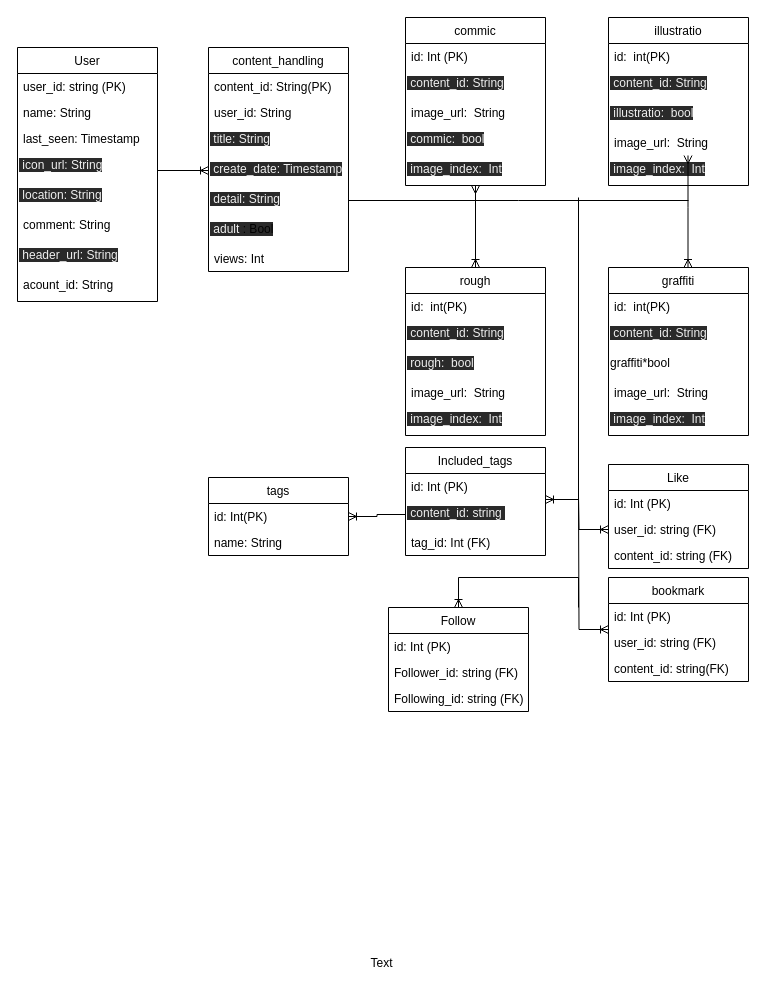
Earlier version of the draw.io diagram er.drawio (uechan9220/Shalust). Source tidied: cells renumbered, new cells numbered last; positions are measured from the earlier drawing's top-left corner, leaving out a move shared by most shapes. Both pictures are drawn from the tidied source at 100%, with x=0, y=0 at pixel (17, 17).
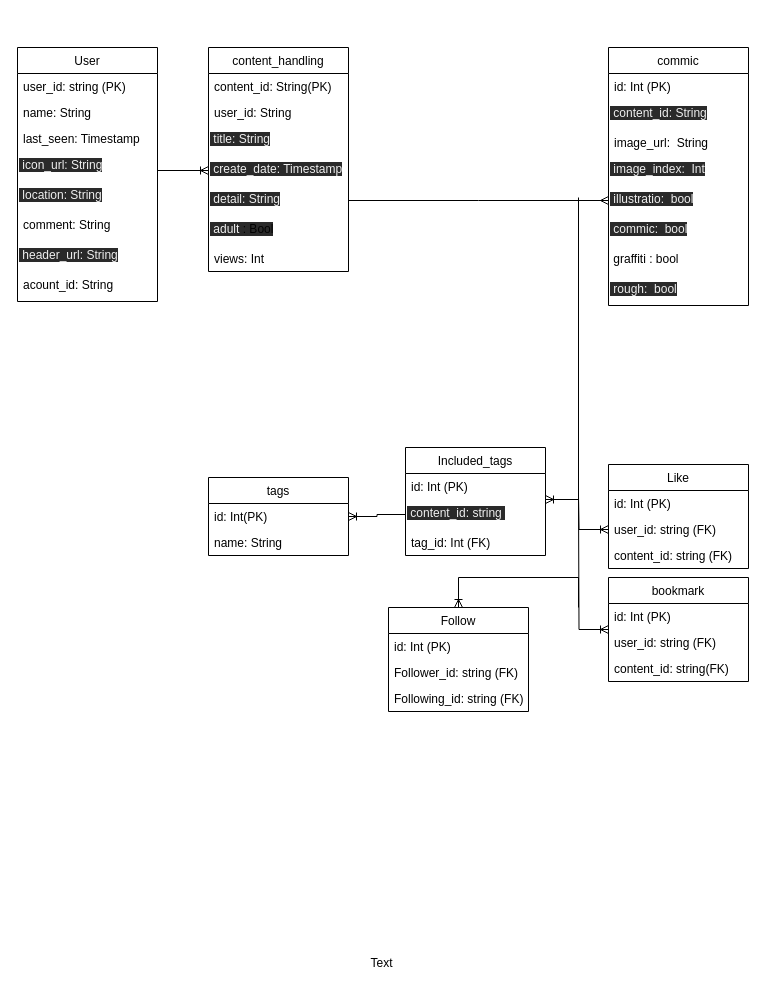
Above is the later version.

Unchanged cells that the change refers to:
```xml
<mxCell id="16" value="&lt;span style=&quot;color: rgb(240 , 240 , 240) ; font-family: &amp;#34;helvetica&amp;#34; ; font-size: 12px ; font-style: normal ; font-weight: 400 ; letter-spacing: normal ; text-align: left ; text-indent: 0px ; text-transform: none ; word-spacing: 0px ; background-color: rgb(42 , 42 , 42) ; float: none ; display: inline&quot;&gt;&amp;nbsp;detail: String&lt;/span&gt;" style="text;whiteSpace=wrap;html=1;" parent="11" vertex="1">
  <mxGeometry y="138" width="140" height="30" as="geometry" />
</mxCell>
```

Diff of the diagram source:
```diff
@@
     <mxCell id="19" value="commic" style="swimlane;fontStyle=0;horizontal=1;startSize=26;fillColor=none;" parent="1" vertex="1">
-      <mxGeometry x="388" width="140" height="168" as="geometry" />
+      <mxGeometry x="591" y="30" width="140" height="258" as="geometry" />
     </mxCell>
@@
+    <mxCell id="24" value="&lt;span style=&quot;color: rgb(240 , 240 , 240) ; font-family: &amp;#34;helvetica&amp;#34; ; font-size: 12px ; font-style: normal ; font-weight: 400 ; letter-spacing: normal ; text-align: left ; text-indent: 0px ; text-transform: none ; word-spacing: 0px ; background-color: rgb(42 , 42 , 42) ; float: none ; display: inline&quot;&gt;&amp;nbsp;image_index:&amp;nbsp; Int&lt;/span&gt;" style="text;whiteSpace=wrap;html=1;" parent="19" vertex="1">
+      <mxGeometry y="108" width="140" height="30" as="geometry" />
+    </mxCell>
+    <mxCell id="28" value="&lt;span style=&quot;color: rgb(240 , 240 , 240) ; font-family: &amp;#34;helvetica&amp;#34; ; font-size: 12px ; font-style: normal ; font-weight: 400 ; letter-spacing: normal ; text-align: left ; text-indent: 0px ; text-transform: none ; word-spacing: 0px ; background-color: rgb(42 , 42 , 42) ; float: none ; display: inline&quot;&gt;&amp;nbsp;&lt;span style=&quot;font-family: &amp;#34;helvetica&amp;#34; ; text-align: center&quot;&gt;illustratio&lt;/span&gt;:&amp;nbsp; bool&lt;/span&gt;" style="text;whiteSpace=wrap;html=1;" parent="19" vertex="1">
+      <mxGeometry y="138" width="140" height="30" as="geometry" />
+    </mxCell>
     <mxCell id="23" value="&lt;span style=&quot;color: rgb(240 , 240 , 240) ; font-family: &amp;#34;helvetica&amp;#34; ; font-size: 12px ; font-style: normal ; font-weight: 400 ; letter-spacing: normal ; text-align: left ; text-indent: 0px ; text-transform: none ; word-spacing: 0px ; background-color: rgb(42 , 42 , 42) ; float: none ; display: inline&quot;&gt;&amp;nbsp;commic:&amp;nbsp; bool&lt;/span&gt;" style="text;whiteSpace=wrap;html=1;" parent="19" vertex="1">
-      <mxGeometry y="108" width="140" height="30" as="geometry" />
+      <mxGeometry y="168" width="140" height="30" as="geometry" />
     </mxCell>
-    <mxCell id="24" value="&lt;span style=&quot;color: rgb(240 , 240 , 240) ; font-family: &amp;#34;helvetica&amp;#34; ; font-size: 12px ; font-style: normal ; font-weight: 400 ; letter-spacing: normal ; text-align: left ; text-indent: 0px ; text-transform: none ; word-spacing: 0px ; background-color: rgb(42 , 42 , 42) ; float: none ; display: inline&quot;&gt;&amp;nbsp;image_index:&amp;nbsp; Int&lt;/span&gt;" style="text;whiteSpace=wrap;html=1;" parent="19" vertex="1">
-      <mxGeometry y="138" width="140" height="30" as="geometry" />
-    </mxCell>
-    <mxCell id="25" value="illustratio" style="swimlane;fontStyle=0;horizontal=1;startSize=26;fillColor=none;" parent="1" vertex="1">
-      <mxGeometry x="591" width="140" height="168" as="geometry" />
-    </mxCell>
-    <mxCell id="26" value="id:  int(PK)" style="text;strokeColor=none;fillColor=none;align=left;verticalAlign=top;spacingLeft=4;spacingRight=4;overflow=hidden;" parent="25" vertex="1">
-      <mxGeometry y="26" width="140" height="26" as="geometry" />
-    </mxCell>
-    <mxCell id="27" value="&lt;span style=&quot;color: rgb(240, 240, 240); font-family: helvetica; font-size: 12px; font-style: normal; font-variant-ligatures: normal; font-variant-caps: normal; font-weight: 400; letter-spacing: normal; orphans: 2; text-align: left; text-indent: 0px; text-transform: none; widows: 2; word-spacing: 0px; -webkit-text-stroke-width: 0px; background-color: rgb(42, 42, 42); text-decoration-style: initial; text-decoration-color: initial; float: none; display: inline !important;&quot;&gt;&amp;nbsp;content_id: String&lt;/span&gt;" style="text;whiteSpace=wrap;html=1;" parent="25" vertex="1">
-      <mxGeometry y="52" width="140" height="30" as="geometry" />
-    </mxCell>
-    <mxCell id="28" value="&lt;span style=&quot;color: rgb(240 , 240 , 240) ; font-family: &amp;#34;helvetica&amp;#34; ; font-size: 12px ; font-style: normal ; font-weight: 400 ; letter-spacing: normal ; text-align: left ; text-indent: 0px ; text-transform: none ; word-spacing: 0px ; background-color: rgb(42 , 42 , 42) ; float: none ; display: inline&quot;&gt;&amp;nbsp;&lt;span style=&quot;font-family: &amp;#34;helvetica&amp;#34; ; text-align: center&quot;&gt;illustratio&lt;/span&gt;:&amp;nbsp; bool&lt;/span&gt;" style="text;whiteSpace=wrap;html=1;" parent="25" vertex="1">
-      <mxGeometry y="82" width="140" height="30" as="geometry" />
-    </mxCell>
-    <mxCell id="29" value="image_url:  String" style="text;strokeColor=none;fillColor=none;align=left;verticalAlign=top;spacingLeft=4;spacingRight=4;overflow=hidden;" parent="25" vertex="1">
-      <mxGeometry y="112" width="140" height="26" as="geometry" />
-    </mxCell>
-    <mxCell id="30" value="&lt;span style=&quot;color: rgb(240, 240, 240); font-family: helvetica; font-size: 12px; font-style: normal; font-variant-ligatures: normal; font-variant-caps: normal; font-weight: 400; letter-spacing: normal; orphans: 2; text-align: left; text-indent: 0px; text-transform: none; widows: 2; word-spacing: 0px; -webkit-text-stroke-width: 0px; background-color: rgb(42, 42, 42); text-decoration-style: initial; text-decoration-color: initial; float: none; display: inline !important;&quot;&gt;&amp;nbsp;image_index:&amp;nbsp; Int&lt;/span&gt;" style="text;whiteSpace=wrap;html=1;" parent="25" vertex="1">
-      <mxGeometry y="138" width="140" height="30" as="geometry" />
-    </mxCell>
+    <mxCell id="42" value="&lt;span style=&quot;text-align: center&quot;&gt;&amp;nbsp;graffiti : bool&lt;/span&gt;" style="text;whiteSpace=wrap;html=1;" parent="19" vertex="1">
+      <mxGeometry y="198" width="140" height="30" as="geometry" />
+    </mxCell>
+    <mxCell id="36" value="&lt;span style=&quot;color: rgb(240 , 240 , 240) ; font-family: &amp;#34;helvetica&amp;#34; ; font-size: 12px ; font-style: normal ; font-weight: 400 ; letter-spacing: normal ; text-align: left ; text-indent: 0px ; text-transform: none ; word-spacing: 0px ; background-color: rgb(42 , 42 , 42) ; float: none ; display: inline&quot;&gt;&amp;nbsp;rough:&amp;nbsp; bool&lt;/span&gt;" style="text;whiteSpace=wrap;html=1;" parent="19" vertex="1">
+      <mxGeometry y="228" width="140" height="30" as="geometry" />
+    </mxCell>
@@
-    <mxCell id="33" value="rough" style="swimlane;fontStyle=0;horizontal=1;startSize=26;fillColor=none;" parent="1" vertex="1">
-      <mxGeometry x="388" y="250" width="140" height="168" as="geometry" />
-    </mxCell>
-    <mxCell id="34" value="id:  int(PK)" style="text;strokeColor=none;fillColor=none;align=left;verticalAlign=top;spacingLeft=4;spacingRight=4;overflow=hidden;" parent="33" vertex="1">
-      <mxGeometry y="26" width="140" height="26" as="geometry" />
-    </mxCell>
-    <mxCell id="35" value="&lt;span style=&quot;color: rgb(240 , 240 , 240) ; font-family: &amp;#34;helvetica&amp;#34; ; font-size: 12px ; font-style: normal ; font-weight: 400 ; letter-spacing: normal ; text-align: left ; text-indent: 0px ; text-transform: none ; word-spacing: 0px ; background-color: rgb(42 , 42 , 42) ; float: none ; display: inline&quot;&gt;&amp;nbsp;content_id: String&lt;/span&gt;" style="text;whiteSpace=wrap;html=1;" parent="33" vertex="1">
-      <mxGeometry y="52" width="140" height="30" as="geometry" />
-    </mxCell>
-    <mxCell id="36" value="&lt;span style=&quot;color: rgb(240 , 240 , 240) ; font-family: &amp;#34;helvetica&amp;#34; ; font-size: 12px ; font-style: normal ; font-weight: 400 ; letter-spacing: normal ; text-align: left ; text-indent: 0px ; text-transform: none ; word-spacing: 0px ; background-color: rgb(42 , 42 , 42) ; float: none ; display: inline&quot;&gt;&amp;nbsp;rough:&amp;nbsp; bool&lt;/span&gt;" style="text;whiteSpace=wrap;html=1;" parent="33" vertex="1">
-      <mxGeometry y="82" width="140" height="30" as="geometry" />
-    </mxCell>
-    <mxCell id="37" value="image_url:  String" style="text;strokeColor=none;fillColor=none;align=left;verticalAlign=top;spacingLeft=4;spacingRight=4;overflow=hidden;" parent="33" vertex="1">
-      <mxGeometry y="112" width="140" height="26" as="geometry" />
-    </mxCell>
-    <mxCell id="38" value="&lt;span style=&quot;color: rgb(240, 240, 240); font-family: helvetica; font-size: 12px; font-style: normal; font-variant-ligatures: normal; font-variant-caps: normal; font-weight: 400; letter-spacing: normal; orphans: 2; text-align: left; text-indent: 0px; text-transform: none; widows: 2; word-spacing: 0px; -webkit-text-stroke-width: 0px; background-color: rgb(42, 42, 42); text-decoration-style: initial; text-decoration-color: initial; float: none; display: inline !important;&quot;&gt;&amp;nbsp;image_index:&amp;nbsp; Int&lt;/span&gt;" style="text;whiteSpace=wrap;html=1;" parent="33" vertex="1">
-      <mxGeometry y="138" width="140" height="30" as="geometry" />
-    </mxCell>
-    <mxCell id="39" value="graffiti" style="swimlane;fontStyle=0;horizontal=1;startSize=26;fillColor=none;" parent="1" vertex="1">
-      <mxGeometry x="591" y="250" width="140" height="168" as="geometry" />
-    </mxCell>
-    <mxCell id="40" value="id:  int(PK)" style="text;strokeColor=none;fillColor=none;align=left;verticalAlign=top;spacingLeft=4;spacingRight=4;overflow=hidden;" parent="39" vertex="1">
-      <mxGeometry y="26" width="140" height="26" as="geometry" />
-    </mxCell>
-    <mxCell id="41" value="&lt;span style=&quot;color: rgb(240 , 240 , 240) ; font-family: &amp;#34;helvetica&amp;#34; ; font-size: 12px ; font-style: normal ; font-weight: 400 ; letter-spacing: normal ; text-align: left ; text-indent: 0px ; text-transform: none ; word-spacing: 0px ; background-color: rgb(42 , 42 , 42) ; float: none ; display: inline&quot;&gt;&amp;nbsp;content_id: String&lt;/span&gt;" style="text;whiteSpace=wrap;html=1;" parent="39" vertex="1">
-      <mxGeometry y="52" width="140" height="30" as="geometry" />
-    </mxCell>
-    <mxCell id="42" value="&lt;span style=&quot;text-align: center&quot;&gt;graffiti*bool&lt;/span&gt;" style="text;whiteSpace=wrap;html=1;" parent="39" vertex="1">
-      <mxGeometry y="82" width="140" height="30" as="geometry" />
-    </mxCell>
-    <mxCell id="43" value="image_url:  String" style="text;strokeColor=none;fillColor=none;align=left;verticalAlign=top;spacingLeft=4;spacingRight=4;overflow=hidden;" parent="39" vertex="1">
-      <mxGeometry y="112" width="140" height="26" as="geometry" />
-    </mxCell>
-    <mxCell id="44" value="&lt;span style=&quot;color: rgb(240, 240, 240); font-family: helvetica; font-size: 12px; font-style: normal; font-variant-ligatures: normal; font-variant-caps: normal; font-weight: 400; letter-spacing: normal; orphans: 2; text-align: left; text-indent: 0px; text-transform: none; widows: 2; word-spacing: 0px; -webkit-text-stroke-width: 0px; background-color: rgb(42, 42, 42); text-decoration-style: initial; text-decoration-color: initial; float: none; display: inline !important;&quot;&gt;&amp;nbsp;image_index:&amp;nbsp; Int&lt;/span&gt;" style="text;whiteSpace=wrap;html=1;" parent="39" vertex="1">
-      <mxGeometry y="138" width="140" height="30" as="geometry" />
-    </mxCell>
-    <mxCell id="45" style="edgeStyle=orthogonalEdgeStyle;rounded=0;jettySize=auto;html=1;endArrow=none;endFill=0;" parent="1" edge="1" source="16">
+    <mxCell id="45" style="edgeStyle=orthogonalEdgeStyle;rounded=0;jettySize=auto;html=1;endArrow=ERmany;endFill=0;" parent="1" edge="1" source="16">
       <mxGeometry relative="1" as="geometry">
-        <mxPoint x="671" y="183" as="targetPoint" />
+        <mxPoint x="591" y="183" as="targetPoint" />
       </mxGeometry>
     </mxCell>
-    <mxCell id="46" style="edgeStyle=orthogonalEdgeStyle;rounded=0;jettySize=auto;html=1;entryX=0.5;entryY=0;entryDx=0;entryDy=0;endArrow=ERoneToMany;endFill=0;startArrow=ERmany;startFill=0;" parent="1" edge="1" source="24" target="33">
-      <mxGeometry relative="1" as="geometry" />
-    </mxCell>
-    <mxCell id="47" style="edgeStyle=orthogonalEdgeStyle;rounded=0;orthogonalLoop=1;jettySize=auto;html=1;entryX=0.5;entryY=0;entryDx=0;entryDy=0;endArrow=ERoneToMany;endFill=0;startArrow=ERmany;startFill=0;" parent="1" edge="1">
-      <mxGeometry relative="1" as="geometry">
-        <mxPoint x="670.5" y="138" as="sourcePoint" />
-        <mxPoint x="670.5" y="250" as="targetPoint" />
-        <Array as="points">
-          <mxPoint x="670.5" y="190" />
-          <mxPoint x="670.5" y="190" />
-        </Array>
-      </mxGeometry>
-    </mxCell>
```
